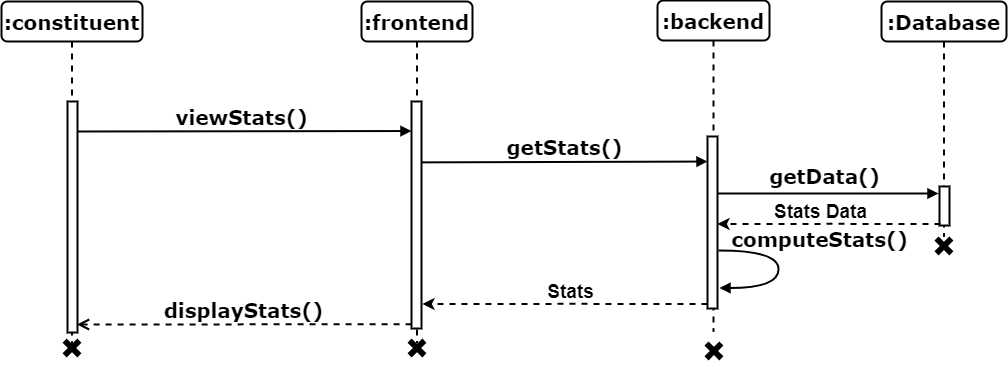
Above: 21 - Sequence Diagram/10 - View Stats Sequence Diagram.drawio.png in muhammadahsanmirza/fyp-constituency-connect (draw.io), before the change. Source tidied: cells renumbered, new cells last; positions are measured from the earlier drawing's top-left corner, leaving out a move shared by most shapes. Its diagram source:
```xml
<mxGraphModel>
  <root>
    <mxCell id="0" />
    <mxCell id="1" parent="0" />
    <mxCell id="2" value="viewStats()" style="html=1;verticalAlign=bottom;endArrow=block;entryX=0;entryY=0;labelBackgroundColor=none;fontFamily=Verdana;fontSize=20;edgeStyle=elbowEdgeStyle;elbow=vertical;strokeWidth=2;fontStyle=1;" parent="1" edge="1">
      <mxGeometry relative="1" as="geometry">
        <mxPoint x="71" y="131" as="sourcePoint" />
        <mxPoint x="410" y="131" as="targetPoint" />
      </mxGeometry>
    </mxCell>
    <mxCell id="3" value=":frontend" style="shape=umlLifeline;perimeter=lifelinePerimeter;whiteSpace=wrap;html=1;rounded=1;shadow=0;comic=0;labelBackgroundColor=none;strokeWidth=2;fontFamily=Verdana;fontSize=20;align=center;fontStyle=1;" parent="1" vertex="1">
      <mxGeometry x="360" y="1" width="111" height="341" as="geometry" />
    </mxCell>
    <mxCell id="4" style="html=1;points=[];perimeter=orthogonalPerimeter;rounded=0;shadow=0;comic=0;labelBackgroundColor=none;strokeWidth=2;fontFamily=Verdana;fontSize=20;align=center;fontStyle=1;whiteSpace=wrap;" parent="3" vertex="1">
      <mxGeometry x="50" y="100" width="10" height="227" as="geometry" />
    </mxCell>
    <mxCell id="5" value=":backend" style="shape=umlLifeline;perimeter=lifelinePerimeter;whiteSpace=wrap;html=1;rounded=1;shadow=0;comic=0;labelBackgroundColor=none;strokeWidth=2;fontFamily=Verdana;fontSize=20;align=center;fontStyle=1;" parent="1" vertex="1">
      <mxGeometry x="656" width="112" height="331" as="geometry" />
    </mxCell>
    <mxCell id="6" style="html=1;perimeter=orthogonalPerimeter;rounded=0;shadow=0;comic=0;labelBackgroundColor=none;strokeWidth=2;fontFamily=Verdana;fontSize=20;align=center;fontStyle=1;whiteSpace=wrap;" parent="5" vertex="1">
      <mxGeometry x="50" y="136" width="10" height="172" as="geometry" />
    </mxCell>
    <mxCell id="7" value="getStats()" style="html=1;verticalAlign=bottom;endArrow=block;labelBackgroundColor=none;fontFamily=Verdana;fontSize=20;edgeStyle=elbowEdgeStyle;elbow=vertical;strokeWidth=2;fontStyle=1;exitX=0.961;exitY=0.818;exitDx=0;exitDy=0;exitPerimeter=0;" parent="5" edge="1">
      <mxGeometry relative="1" as="geometry">
        <mxPoint x="-236.4" y="161.9" as="sourcePoint" />
        <mxPoint x="50" y="161" as="targetPoint" />
      </mxGeometry>
    </mxCell>
    <mxCell id="8" value=":Database" style="shape=umlLifeline;perimeter=lifelinePerimeter;whiteSpace=wrap;html=1;rounded=1;shadow=0;comic=0;labelBackgroundColor=none;strokeWidth=2;fontFamily=Verdana;fontSize=20;align=center;fontStyle=1;" parent="1" vertex="1">
      <mxGeometry x="880" y="1" width="125" height="235" as="geometry" />
    </mxCell>
    <mxCell id="9" value=":constituent" style="shape=umlLifeline;perimeter=lifelinePerimeter;whiteSpace=wrap;html=1;rounded=1;shadow=0;comic=0;labelBackgroundColor=none;strokeWidth=2;fontFamily=Verdana;fontSize=20;align=center;fontStyle=1;" parent="1" vertex="1">
      <mxGeometry y="1" width="141" height="343" as="geometry" />
    </mxCell>
    <mxCell id="10" style="html=1;perimeter=orthogonalPerimeter;rounded=0;shadow=0;comic=0;labelBackgroundColor=none;strokeWidth=2;fontFamily=Verdana;fontSize=20;align=center;fontStyle=1;whiteSpace=wrap;" parent="9" vertex="1">
      <mxGeometry x="66" y="100" width="10" height="231" as="geometry" />
    </mxCell>
    <mxCell id="11" style="html=1;perimeter=orthogonalPerimeter;rounded=0;shadow=0;comic=0;labelBackgroundColor=none;strokeWidth=2;fontFamily=Verdana;fontSize=20;align=center;fontStyle=1;whiteSpace=wrap;" parent="1" vertex="1">
      <mxGeometry x="938" y="186" width="10" height="39" as="geometry" />
    </mxCell>
    <mxCell id="12" value="getData()" style="html=1;verticalAlign=bottom;endArrow=block;labelBackgroundColor=none;fontFamily=Verdana;fontSize=20;edgeStyle=elbowEdgeStyle;elbow=vertical;strokeWidth=2;fontStyle=1;" parent="1" edge="1">
      <mxGeometry x="-0.03" y="3" relative="1" as="geometry">
        <mxPoint x="716" y="193" as="sourcePoint" />
        <mxPoint x="937" y="193" as="targetPoint" />
        <Array as="points">
          <mxPoint x="878" y="193" />
        </Array>
      </mxGeometry>
    </mxCell>
    <mxCell id="13" style="shape=cross;whiteSpace=wrap;html=1;fillColor=#000000;rotation=45;strokeWidth=2;fontSize=20;" parent="1" vertex="1">
      <mxGeometry x="406" y="338" width="19" height="19" as="geometry" />
    </mxCell>
    <mxCell id="14" style="shape=cross;whiteSpace=wrap;html=1;fillColor=#000000;rotation=45;strokeWidth=2;fontSize=20;" parent="1" vertex="1">
      <mxGeometry x="61" y="338" width="19" height="19" as="geometry" />
    </mxCell>
    <mxCell id="15" style="shape=cross;whiteSpace=wrap;html=1;fillColor=#000000;rotation=45;strokeWidth=2;fontSize=20;" parent="1" vertex="1">
      <mxGeometry x="932.9" y="235.9" width="19" height="19" as="geometry" />
    </mxCell>
    <mxCell id="16" value="displayStats()" style="html=1;verticalAlign=bottom;endArrow=open;dashed=1;endSize=8;labelBackgroundColor=none;fontFamily=Verdana;fontSize=20;edgeStyle=elbowEdgeStyle;elbow=vertical;strokeWidth=2;fontStyle=1;entryX=0.953;entryY=0.127;entryDx=0;entryDy=0;entryPerimeter=0;exitX=0.01;exitY=0.129;exitDx=0;exitDy=0;exitPerimeter=0;" parent="1" edge="1">
      <mxGeometry relative="1" as="geometry">
        <mxPoint x="410.1" y="323.7" as="sourcePoint" />
        <mxPoint x="75.5" y="325" as="targetPoint" />
        <Array as="points">
          <mxPoint x="247" y="324" />
        </Array>
      </mxGeometry>
    </mxCell>
    <mxCell id="17" style="shape=cross;whiteSpace=wrap;html=1;fillColor=#000000;rotation=45;strokeWidth=2;fontSize=20;" parent="1" vertex="1">
      <mxGeometry x="702.9" y="340.9" width="19" height="19" as="geometry" />
    </mxCell>
    <mxCell id="18" style="group;" parent="1" vertex="1">
      <mxGeometry x="716" y="194" width="223" height="35" as="geometry" />
    </mxCell>
    <mxCell id="19" style="edgeStyle=orthogonalEdgeStyle;rounded=0;orthogonalLoop=1;jettySize=auto;html=1;entryX=1;entryY=0.259;entryDx=0;entryDy=0;entryPerimeter=0;strokeWidth=2;dashed=1;" parent="18" edge="1">
      <mxGeometry relative="1" as="geometry">
        <mxPoint x="223" y="29.4" as="sourcePoint" />
        <mxPoint y="29.4" as="targetPoint" />
        <Array as="points">
          <mxPoint x="112" y="29" />
        </Array>
      </mxGeometry>
    </mxCell>
    <mxCell id="20" value="&lt;b&gt;&lt;font style=&quot;font-size: 19px;&quot;&gt;Stats Data&lt;/font&gt;&lt;/b&gt;" style="text;html=1;align=center;verticalAlign=middle;strokeColor=none;fillColor=none;" parent="18" vertex="1">
      <mxGeometry x="47" width="111" height="35" as="geometry" />
    </mxCell>
    <mxCell id="21" style="group;" parent="1" vertex="1">
      <mxGeometry x="421" y="274" width="285" height="35" as="geometry" />
    </mxCell>
    <mxCell id="22" style="edgeStyle=orthogonalEdgeStyle;rounded=0;orthogonalLoop=1;jettySize=auto;html=1;entryX=1;entryY=0.259;entryDx=0;entryDy=0;entryPerimeter=0;strokeWidth=2;dashed=1;" parent="21" edge="1">
      <mxGeometry relative="1" as="geometry">
        <mxPoint x="285" y="29.4" as="sourcePoint" />
        <mxPoint y="29.4" as="targetPoint" />
        <Array as="points">
          <mxPoint x="143.1" y="29" />
        </Array>
      </mxGeometry>
    </mxCell>
    <mxCell id="23" value="&lt;b&gt;&lt;font style=&quot;font-size: 19px;&quot;&gt;Stats&lt;/font&gt;&lt;/b&gt;" style="text;html=1;align=center;verticalAlign=middle;strokeColor=none;fillColor=none;" parent="21" vertex="1">
      <mxGeometry x="116" width="64" height="35" as="geometry" />
    </mxCell>
    <mxCell id="24" value="computeStats()" style="html=1;verticalAlign=bottom;endArrow=block;labelBackgroundColor=none;fontFamily=Verdana;fontSize=20;elbow=vertical;edgeStyle=orthogonalEdgeStyle;curved=1;exitX=1;exitY=0.14;exitPerimeter=0;strokeWidth=2;fontStyle=1;exitDx=0;exitDy=0;entryX=1.099;entryY=0.303;entryDx=0;entryDy=0;entryPerimeter=0;" parent="1" edge="1">
      <mxGeometry x="-0.2" y="41" relative="1" as="geometry">
        <mxPoint x="717" y="250" as="sourcePoint" />
        <mxPoint x="718" y="287.5" as="targetPoint" />
        <Array as="points">
          <mxPoint x="777" y="249.8" />
          <mxPoint x="777" y="287.8" />
        </Array>
      </mxGeometry>
    </mxCell>
  </root>
</mxGraphModel>
```
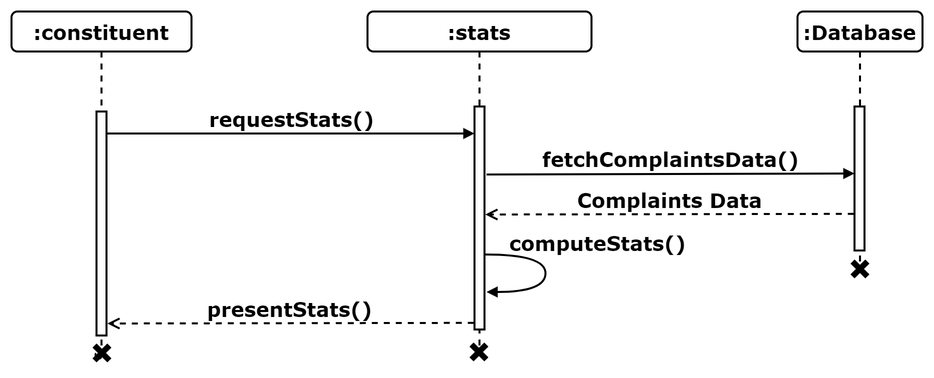
Later version of the same file.

The edit, as a diff of the source:
```diff
@@ -2,111 +2,71 @@
   <root>
     <mxCell id="0" />
     <mxCell id="1" parent="0" />
-    <mxCell id="2" value="viewStats()" style="html=1;verticalAlign=bottom;endArrow=block;entryX=0;entryY=0;labelBackgroundColor=none;fontFamily=Verdana;fontSize=20;edgeStyle=elbowEdgeStyle;elbow=vertical;strokeWidth=2;fontStyle=1;" parent="1" edge="1">
-      <mxGeometry relative="1" as="geometry">
-        <mxPoint x="71" y="131" as="sourcePoint" />
-        <mxPoint x="410" y="131" as="targetPoint" />
-      </mxGeometry>
+    <mxCell id="2" value=":Database" style="shape=umlLifeline;perimeter=lifelinePerimeter;whiteSpace=wrap;html=1;rounded=1;shadow=0;comic=0;labelBackgroundColor=none;strokeWidth=2;fontFamily=Verdana;fontSize=20;align=center;fontStyle=1;" parent="1" vertex="1">
+      <mxGeometry x="2598" y="1294" width="125" height="257" as="geometry" />
     </mxCell>
-    <mxCell id="3" value=":frontend" style="shape=umlLifeline;perimeter=lifelinePerimeter;whiteSpace=wrap;html=1;rounded=1;shadow=0;comic=0;labelBackgroundColor=none;strokeWidth=2;fontFamily=Verdana;fontSize=20;align=center;fontStyle=1;" parent="1" vertex="1">
-      <mxGeometry x="360" y="1" width="111" height="341" as="geometry" />
+    <mxCell id="3" value=":constituent" style="shape=umlLifeline;perimeter=lifelinePerimeter;whiteSpace=wrap;html=1;rounded=1;shadow=0;comic=0;labelBackgroundColor=none;strokeWidth=2;fontFamily=Verdana;fontSize=20;align=center;fontStyle=1;" parent="1" vertex="1">
+      <mxGeometry x="1812" y="1294" width="180" height="337" as="geometry" />
     </mxCell>
     <mxCell id="4" style="html=1;points=[];perimeter=orthogonalPerimeter;rounded=0;shadow=0;comic=0;labelBackgroundColor=none;strokeWidth=2;fontFamily=Verdana;fontSize=20;align=center;fontStyle=1;whiteSpace=wrap;" parent="3" vertex="1">
-      <mxGeometry x="50" y="100" width="10" height="227" as="geometry" />
+      <mxGeometry x="85" y="100" width="10" height="224" as="geometry" />
     </mxCell>
-    <mxCell id="5" value=":backend" style="shape=umlLifeline;perimeter=lifelinePerimeter;whiteSpace=wrap;html=1;rounded=1;shadow=0;comic=0;labelBackgroundColor=none;strokeWidth=2;fontFamily=Verdana;fontSize=20;align=center;fontStyle=1;" parent="1" vertex="1">
-      <mxGeometry x="656" width="112" height="331" as="geometry" />
+    <mxCell id="5" value=":stats" style="shape=umlLifeline;perimeter=lifelinePerimeter;whiteSpace=wrap;html=1;rounded=1;shadow=0;comic=0;labelBackgroundColor=none;strokeWidth=2;fontFamily=Verdana;fontSize=20;align=center;fontStyle=1;" parent="1" vertex="1">
+      <mxGeometry x="2168" y="1294" width="224" height="335" as="geometry" />
     </mxCell>
     <mxCell id="6" style="html=1;perimeter=orthogonalPerimeter;rounded=0;shadow=0;comic=0;labelBackgroundColor=none;strokeWidth=2;fontFamily=Verdana;fontSize=20;align=center;fontStyle=1;whiteSpace=wrap;" parent="5" vertex="1">
-      <mxGeometry x="50" y="136" width="10" height="172" as="geometry" />
+      <mxGeometry x="107" y="95" width="10" height="223" as="geometry" />
     </mxCell>
-    <mxCell id="7" value="getStats()" style="html=1;verticalAlign=bottom;endArrow=block;labelBackgroundColor=none;fontFamily=Verdana;fontSize=20;edgeStyle=elbowEdgeStyle;elbow=vertical;strokeWidth=2;fontStyle=1;exitX=0.961;exitY=0.818;exitDx=0;exitDy=0;exitPerimeter=0;" parent="5" edge="1">
+    <mxCell id="7" value="requestStats()" style="html=1;verticalAlign=bottom;endArrow=block;labelBackgroundColor=none;fontFamily=Verdana;fontSize=20;edgeStyle=elbowEdgeStyle;elbow=vertical;strokeWidth=2;fontStyle=1;" parent="1" edge="1" source="4">
       <mxGeometry relative="1" as="geometry">
-        <mxPoint x="-236.4" y="161.9" as="sourcePoint" />
-        <mxPoint x="50" y="161" as="targetPoint" />
+        <mxPoint x="2275" y="1417" as="targetPoint" />
       </mxGeometry>
     </mxCell>
-    <mxCell id="8" value=":Database" style="shape=umlLifeline;perimeter=lifelinePerimeter;whiteSpace=wrap;html=1;rounded=1;shadow=0;comic=0;labelBackgroundColor=none;strokeWidth=2;fontFamily=Verdana;fontSize=20;align=center;fontStyle=1;" parent="1" vertex="1">
-      <mxGeometry x="880" y="1" width="125" height="235" as="geometry" />
+    <mxCell id="8" value="fetchComplaintsData()" style="html=1;verticalAlign=bottom;endArrow=block;labelBackgroundColor=none;fontFamily=Verdana;fontSize=20;edgeStyle=elbowEdgeStyle;elbow=vertical;strokeWidth=2;fontStyle=1;exitX=0.852;exitY=0.103;exitDx=0;exitDy=0;exitPerimeter=0;" parent="1" edge="1">
+      <mxGeometry relative="1" as="geometry">
+        <mxPoint x="2287" y="1457" as="sourcePoint" />
+        <mxPoint x="2655" y="1457" as="targetPoint" />
+      </mxGeometry>
     </mxCell>
-    <mxCell id="9" value=":constituent" style="shape=umlLifeline;perimeter=lifelinePerimeter;whiteSpace=wrap;html=1;rounded=1;shadow=0;comic=0;labelBackgroundColor=none;strokeWidth=2;fontFamily=Verdana;fontSize=20;align=center;fontStyle=1;" parent="1" vertex="1">
-      <mxGeometry y="1" width="141" height="343" as="geometry" />
+    <mxCell id="9" style="html=1;perimeter=orthogonalPerimeter;rounded=0;shadow=0;comic=0;labelBackgroundColor=none;strokeWidth=2;fontFamily=Verdana;fontSize=20;align=center;fontStyle=1;whiteSpace=wrap;" parent="1" vertex="1">
+      <mxGeometry x="2655" y="1389" width="10" height="144" as="geometry" />
     </mxCell>
-    <mxCell id="10" style="html=1;perimeter=orthogonalPerimeter;rounded=0;shadow=0;comic=0;labelBackgroundColor=none;strokeWidth=2;fontFamily=Verdana;fontSize=20;align=center;fontStyle=1;whiteSpace=wrap;" parent="9" vertex="1">
-      <mxGeometry x="66" y="100" width="10" height="231" as="geometry" />
+    <mxCell id="10" value="Complaints Data" style="html=1;verticalAlign=bottom;endArrow=open;dashed=1;endSize=8;labelBackgroundColor=none;fontFamily=Verdana;fontSize=20;edgeStyle=elbowEdgeStyle;elbow=vertical;strokeWidth=2;fontStyle=1;entryX=1.08;entryY=0.695;entryDx=0;entryDy=0;entryPerimeter=0;exitX=-0.069;exitY=0.951;exitDx=0;exitDy=0;exitPerimeter=0;" parent="1" edge="1">
+      <mxGeometry relative="1" as="geometry">
+        <mxPoint x="2654.3" y="1496.4" as="sourcePoint" />
+        <mxPoint x="2285.8" y="1497.2" as="targetPoint" />
+        <Array as="points">
+          <mxPoint x="2366" y="1497" />
+        </Array>
+      </mxGeometry>
     </mxCell>
-    <mxCell id="11" style="html=1;perimeter=orthogonalPerimeter;rounded=0;shadow=0;comic=0;labelBackgroundColor=none;strokeWidth=2;fontFamily=Verdana;fontSize=20;align=center;fontStyle=1;whiteSpace=wrap;" parent="1" vertex="1">
-      <mxGeometry x="938" y="186" width="10" height="39" as="geometry" />
+    <mxCell id="11" value="presentStats()" style="html=1;verticalAlign=bottom;endArrow=open;dashed=1;endSize=8;labelBackgroundColor=none;fontFamily=Verdana;fontSize=20;edgeStyle=elbowEdgeStyle;elbow=vertical;strokeWidth=2;fontStyle=1;entryX=0.988;entryY=0.952;entryDx=0;entryDy=0;entryPerimeter=0;exitX=-0.069;exitY=0.951;exitDx=0;exitDy=0;exitPerimeter=0;" parent="1" edge="1">
+      <mxGeometry relative="1" as="geometry">
+        <mxPoint x="2274.3" y="1605.4" as="sourcePoint" />
+        <mxPoint x="1907.9" y="1606.7" as="targetPoint" />
+        <Array as="points">
+          <mxPoint x="1986" y="1606" />
+        </Array>
+      </mxGeometry>
     </mxCell>
-    <mxCell id="12" value="getData()" style="html=1;verticalAlign=bottom;endArrow=block;labelBackgroundColor=none;fontFamily=Verdana;fontSize=20;edgeStyle=elbowEdgeStyle;elbow=vertical;strokeWidth=2;fontStyle=1;" parent="1" edge="1">
-      <mxGeometry x="-0.03" y="3" relative="1" as="geometry">
-        <mxPoint x="716" y="193" as="sourcePoint" />
-        <mxPoint x="937" y="193" as="targetPoint" />
-        <Array as="points">
-          <mxPoint x="878" y="193" />
-        </Array>
-      </mxGeometry>
+    <mxCell id="12" style="shape=cross;whiteSpace=wrap;html=1;fillColor=#000000;rotation=45;strokeWidth=2;fontSize=20;" parent="1" vertex="1">
+      <mxGeometry x="2650.9" y="1541.9" width="19" height="19" as="geometry" />
     </mxCell>
     <mxCell id="13" style="shape=cross;whiteSpace=wrap;html=1;fillColor=#000000;rotation=45;strokeWidth=2;fontSize=20;" parent="1" vertex="1">
-      <mxGeometry x="406" y="338" width="19" height="19" as="geometry" />
+      <mxGeometry x="2269.9" y="1624.9" width="19" height="19" as="geometry" />
     </mxCell>
-    <mxCell id="14" style="shape=cross;whiteSpace=wrap;html=1;fillColor=#000000;rotation=45;strokeWidth=2;fontSize=20;" parent="1" vertex="1">
-      <mxGeometry x="61" y="338" width="19" height="19" as="geometry" />
+    <mxCell id="14" value="s" style="shape=cross;whiteSpace=wrap;html=1;fillColor=#000000;rotation=45;strokeWidth=2;fontSize=20;" parent="1" vertex="1">
+      <mxGeometry x="1892.9" y="1625.9" width="19" height="19" as="geometry" />
     </mxCell>
-    <mxCell id="15" style="shape=cross;whiteSpace=wrap;html=1;fillColor=#000000;rotation=45;strokeWidth=2;fontSize=20;" parent="1" vertex="1">
-      <mxGeometry x="932.9" y="235.9" width="19" height="19" as="geometry" />
+    <mxCell id="15" value="computeStats()" style="html=1;verticalAlign=bottom;endArrow=block;labelBackgroundColor=none;fontFamily=Verdana;fontSize=20;elbow=vertical;edgeStyle=orthogonalEdgeStyle;curved=1;exitX=1;exitY=0.14;exitPerimeter=0;strokeWidth=2;fontStyle=1;exitDx=0;exitDy=0;entryX=1.099;entryY=0.303;entryDx=0;entryDy=0;entryPerimeter=0;" parent="1" edge="1">
+      <mxGeometry x="-0.21" y="52" relative="1" as="geometry">
+        <mxPoint x="2286" y="1537" as="sourcePoint" />
+        <mxPoint x="2287" y="1574.5" as="targetPoint" />
+        <Array as="points">
+          <mxPoint x="2346" y="1536.8" />
+          <mxPoint x="2346" y="1574.8" />
+        </Array>
+      </mxGeometry>
     </mxCell>
-    <mxCell id="16" value="displayStats()" style="html=1;verticalAlign=bottom;endArrow=open;dashed=1;endSize=8;labelBackgroundColor=none;fontFamily=Verdana;fontSize=20;edgeStyle=elbowEdgeStyle;elbow=vertical;strokeWidth=2;fontStyle=1;entryX=0.953;entryY=0.127;entryDx=0;entryDy=0;entryPerimeter=0;exitX=0.01;exitY=0.129;exitDx=0;exitDy=0;exitPerimeter=0;" parent="1" edge="1">
-      <mxGeometry relative="1" as="geometry">
-        <mxPoint x="410.1" y="323.7" as="sourcePoint" />
-        <mxPoint x="75.5" y="325" as="targetPoint" />
-        <Array as="points">
-          <mxPoint x="247" y="324" />
-        </Array>
-      </mxGeometry>
-    </mxCell>
-    <mxCell id="17" style="shape=cross;whiteSpace=wrap;html=1;fillColor=#000000;rotation=45;strokeWidth=2;fontSize=20;" parent="1" vertex="1">
-      <mxGeometry x="702.9" y="340.9" width="19" height="19" as="geometry" />
-    </mxCell>
-    <mxCell id="18" style="group;" parent="1" vertex="1">
-      <mxGeometry x="716" y="194" width="223" height="35" as="geometry" />
-    </mxCell>
-    <mxCell id="19" style="edgeStyle=orthogonalEdgeStyle;rounded=0;orthogonalLoop=1;jettySize=auto;html=1;entryX=1;entryY=0.259;entryDx=0;entryDy=0;entryPerimeter=0;strokeWidth=2;dashed=1;" parent="18" edge="1">
-      <mxGeometry relative="1" as="geometry">
-        <mxPoint x="223" y="29.4" as="sourcePoint" />
-        <mxPoint y="29.4" as="targetPoint" />
-        <Array as="points">
-          <mxPoint x="112" y="29" />
-        </Array>
-      </mxGeometry>
-    </mxCell>
-    <mxCell id="20" value="&lt;b&gt;&lt;font style=&quot;font-size: 19px;&quot;&gt;Stats Data&lt;/font&gt;&lt;/b&gt;" style="text;html=1;align=center;verticalAlign=middle;strokeColor=none;fillColor=none;" parent="18" vertex="1">
-      <mxGeometry x="47" width="111" height="35" as="geometry" />
-    </mxCell>
-    <mxCell id="21" style="group;" parent="1" vertex="1">
-      <mxGeometry x="421" y="274" width="285" height="35" as="geometry" />
-    </mxCell>
-    <mxCell id="22" style="edgeStyle=orthogonalEdgeStyle;rounded=0;orthogonalLoop=1;jettySize=auto;html=1;entryX=1;entryY=0.259;entryDx=0;entryDy=0;entryPerimeter=0;strokeWidth=2;dashed=1;" parent="21" edge="1">
-      <mxGeometry relative="1" as="geometry">
-        <mxPoint x="285" y="29.4" as="sourcePoint" />
-        <mxPoint y="29.4" as="targetPoint" />
-        <Array as="points">
-          <mxPoint x="143.1" y="29" />
-        </Array>
-      </mxGeometry>
-    </mxCell>
-    <mxCell id="23" value="&lt;b&gt;&lt;font style=&quot;font-size: 19px;&quot;&gt;Stats&lt;/font&gt;&lt;/b&gt;" style="text;html=1;align=center;verticalAlign=middle;strokeColor=none;fillColor=none;" parent="21" vertex="1">
-      <mxGeometry x="116" width="64" height="35" as="geometry" />
-    </mxCell>
-    <mxCell id="24" value="computeStats()" style="html=1;verticalAlign=bottom;endArrow=block;labelBackgroundColor=none;fontFamily=Verdana;fontSize=20;elbow=vertical;edgeStyle=orthogonalEdgeStyle;curved=1;exitX=1;exitY=0.14;exitPerimeter=0;strokeWidth=2;fontStyle=1;exitDx=0;exitDy=0;entryX=1.099;entryY=0.303;entryDx=0;entryDy=0;entryPerimeter=0;" parent="1" edge="1">
-      <mxGeometry x="-0.2" y="41" relative="1" as="geometry">
-        <mxPoint x="717" y="250" as="sourcePoint" />
-        <mxPoint x="718" y="287.5" as="targetPoint" />
-        <Array as="points">
-          <mxPoint x="777" y="249.8" />
-          <mxPoint x="777" y="287.8" />
-        </Array>
-      </mxGeometry>
-    </mxCell>
   </root>
 </mxGraphModel>
```
